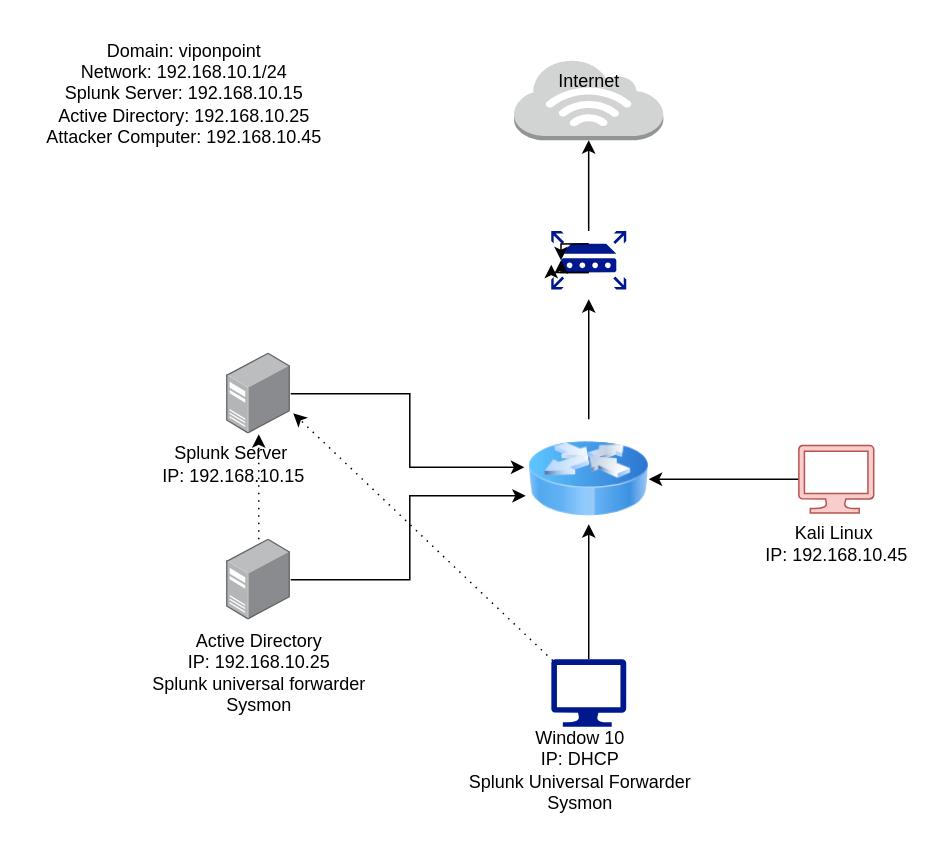
This is ActiveDirectory.drawio from viponpoint/vlc, a draw.io file, before an edit. Source tidied: cells renumbered, new cells numbered last; positions are measured from the earlier drawing's top-left corner, leaving out a move shared by most shapes. Both pictures are drawn from the tidied source at 150%, with x=0, y=0 at pixel (26, 26).
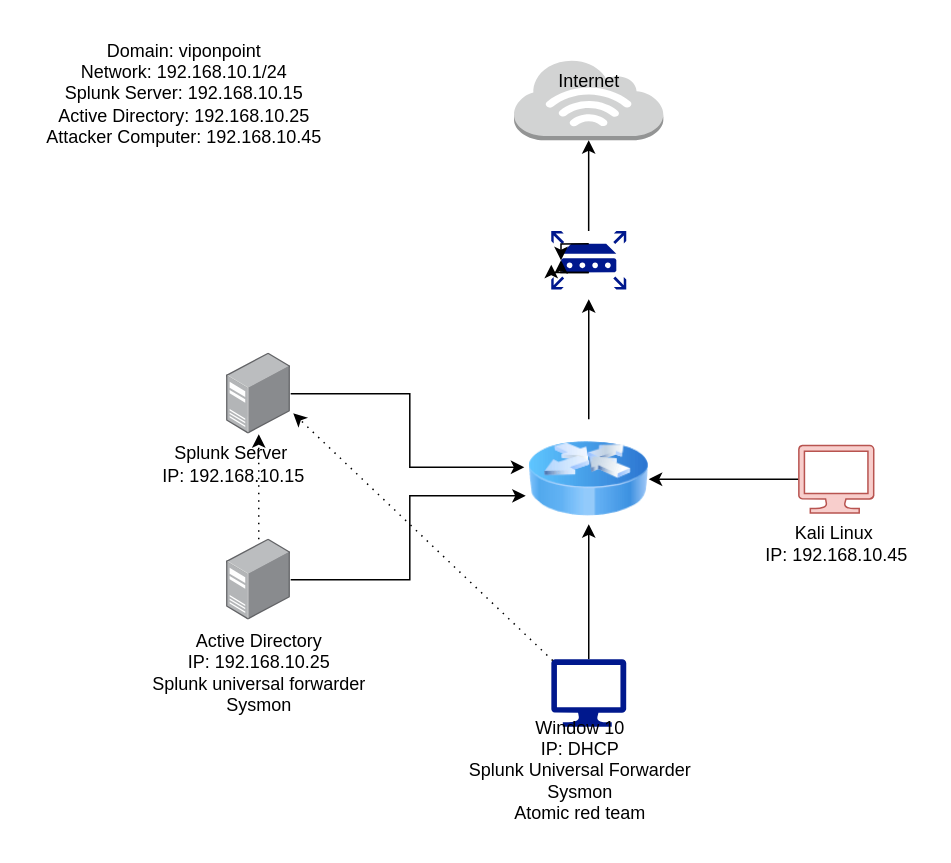
After the change.

What changed in the source:
```diff
@@
-    <mxCell id="24" value="Window 10&lt;div&gt;IP: DHCP&lt;/div&gt;&lt;div&gt;Splunk Universal Forwarder&lt;/div&gt;&lt;div&gt;Sysmon&lt;/div&gt;" style="text;html=1;align=center;verticalAlign=middle;strokeColor=none;fillColor=none;" parent="1" vertex="1">
-      <mxGeometry x="284" y="461" width="170" height="70" as="geometry" />
+    <mxCell id="24" value="Window 10&lt;div&gt;IP: DHCP&lt;/div&gt;&lt;div&gt;Splunk Universal Forwarder&lt;/div&gt;&lt;div&gt;Sysmon&lt;/div&gt;&lt;div&gt;Atomic red team&lt;/div&gt;" style="text;html=1;align=center;verticalAlign=middle;strokeColor=none;fillColor=none;" parent="1" vertex="1">
+      <mxGeometry x="284" y="451" width="170" height="90" as="geometry" />
     </mxCell>
```
